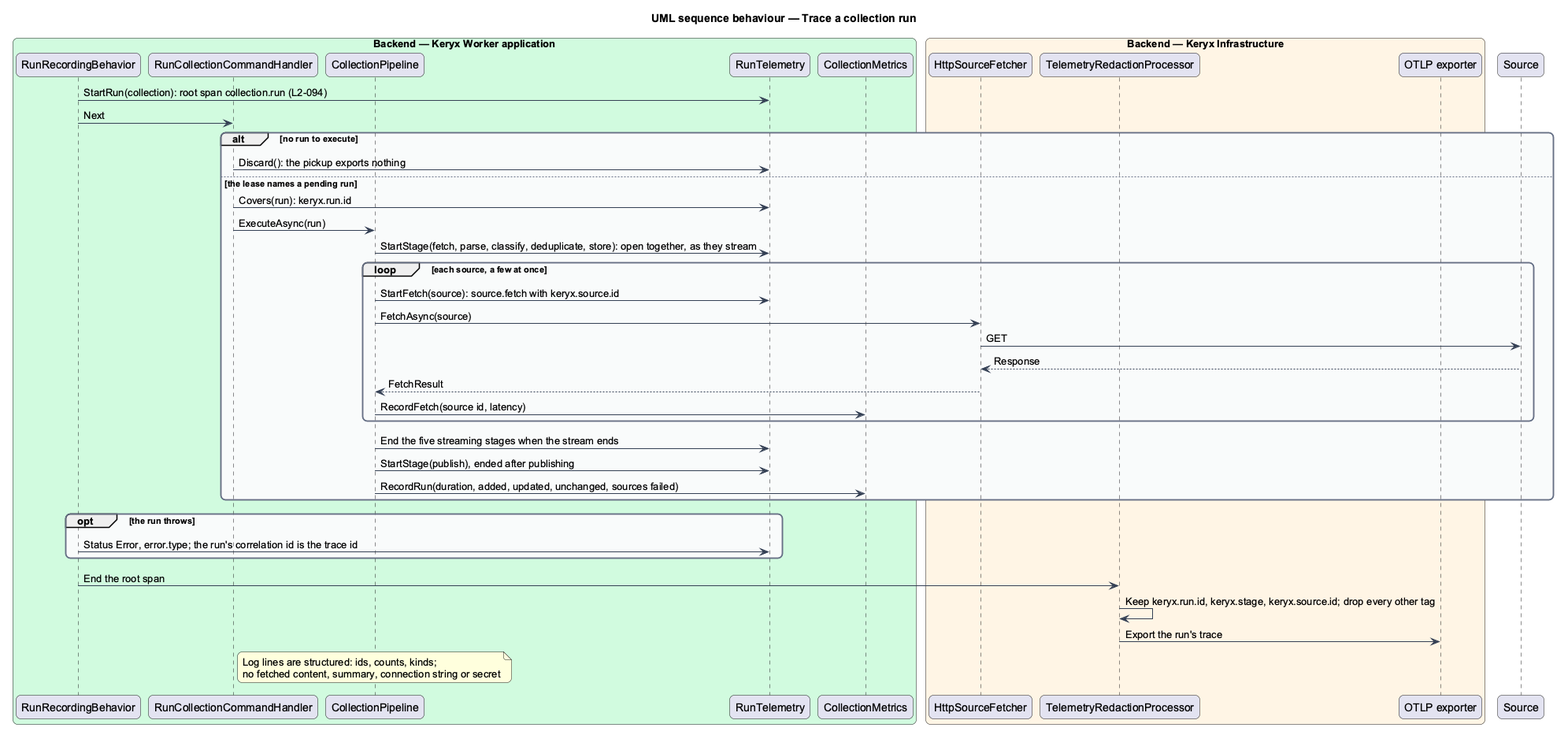
This is docs/detailed-designs/operations/observe-the-system/diagrams/sequence-trace-collection-run.png from QuinntyneBrown/keryx, a PlantUML export, as it was before one commit.
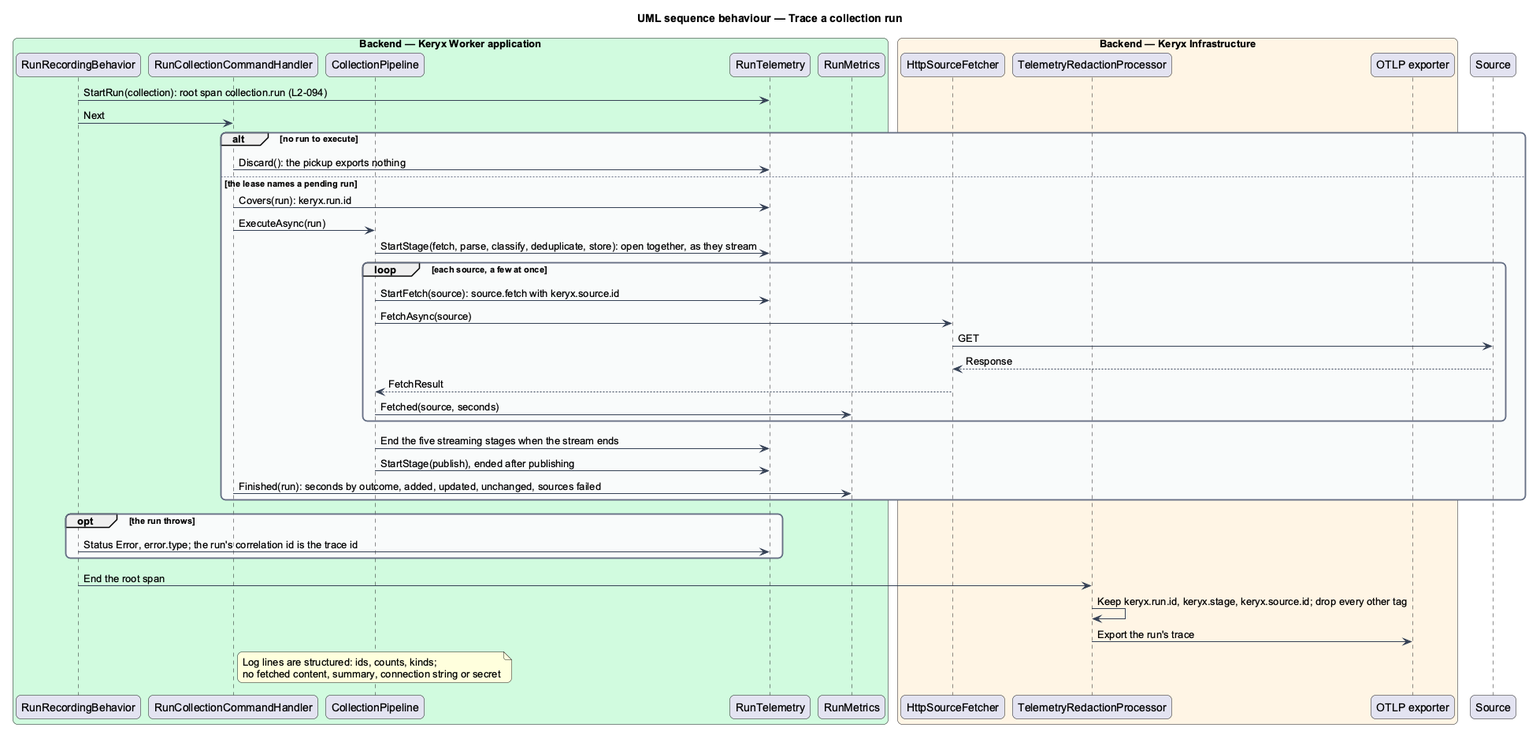
The same file after the commit.

The edit, as a diff of the source:
```diff
@@ -19,7 +19,7 @@
   participant "RunCollectionCommandHandler" as handler
   participant "CollectionPipeline" as pipe
   participant "RunTelemetry" as tel
-  participant "CollectionMetrics" as metrics
+  participant "RunMetrics" as metrics
 end box
 box "Backend — Keryx Infrastructure" #FFF4E5
   participant "HttpSourceFetcher" as fetch
@@ -41,11 +41,11 @@
     fetch -> src : GET
     src --> fetch : Response
     fetch --> pipe : FetchResult
-    pipe -> metrics : RecordFetch(source id, latency)
+    pipe -> metrics : Fetched(source, seconds)
   end
   pipe -> tel : End the five streaming stages when the stream ends
   pipe -> tel : StartStage(publish), ended after publishing
-  pipe -> metrics : RecordRun(duration, added, updated, unchanged, sources failed)
+  handler -> metrics : Finished(run): seconds by outcome, added, updated, unchanged, sources failed
 end
 opt the run throws
   rec -> tel : Status Error, error.type; the run's correlation id is the trace id
```
